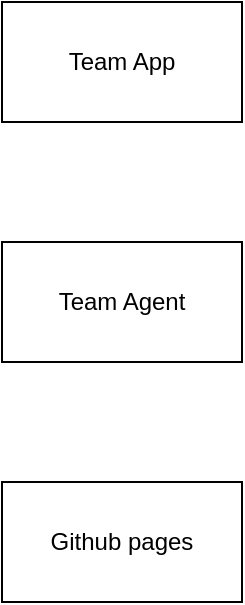
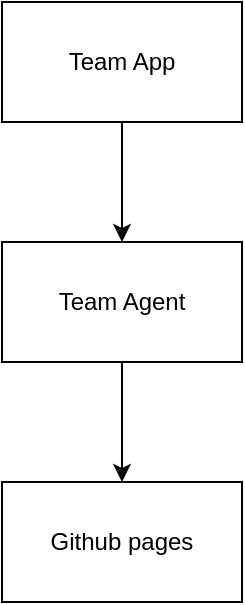
<mxfile host="app.diagrams.net" agent="Mozilla/5.0 (Macintosh; Intel Mac OS X 10_15_7) AppleWebKit/537.36 (KHTML, like Gecko) Chrome/114.0.0.0 Safari/537.36">
  <diagram name="Page-1" id="_EKFWRrgA-58Xb7w4iIu">
    <mxGraphModel dx="1034" dy="777" grid="1" gridSize="10" guides="1" tooltips="1" connect="1" arrows="1" fold="1" page="1" pageScale="1" pageWidth="1600" pageHeight="1715" math="0" shadow="0">
      <root>
        <mxCell id="0" />
        <mxCell id="1" parent="0" />
+         <mxCell id="DDC-FKhIysPGOjN-8KM4-5" edge="1" parent="1" source="DDC-FKhIysPGOjN-8KM4-1" style="edgeStyle=orthogonalEdgeStyle;rounded=0;orthogonalLoop=1;jettySize=auto;html=1;" target="DDC-FKhIysPGOjN-8KM4-2">
+           <mxGeometry relative="1" as="geometry" />
+         </mxCell>
        <mxCell id="DDC-FKhIysPGOjN-8KM4-1" parent="1" style="rounded=0;whiteSpace=wrap;html=1;" value="Team App" vertex="1">
          <mxGeometry height="60" width="120" x="250" y="150" as="geometry" />
+         </mxCell>
+         <mxCell id="DDC-FKhIysPGOjN-8KM4-4" edge="1" parent="1" source="DDC-FKhIysPGOjN-8KM4-2" style="edgeStyle=orthogonalEdgeStyle;rounded=0;orthogonalLoop=1;jettySize=auto;html=1;" target="DDC-FKhIysPGOjN-8KM4-3">
+           <mxGeometry relative="1" as="geometry" />
        </mxCell>
        <mxCell id="DDC-FKhIysPGOjN-8KM4-2" parent="1" style="rounded=0;whiteSpace=wrap;html=1;" value="Team Agent" vertex="1">
          <mxGeometry height="60" width="120" x="250" y="270" as="geometry" />
        </mxCell>
        <mxCell id="DDC-FKhIysPGOjN-8KM4-3" parent="1" style="rounded=0;whiteSpace=wrap;html=1;" value="Github pages" vertex="1">
          <mxGeometry height="60" width="120" x="250" y="390" as="geometry" />
        </mxCell>
      </root>
    </mxGraphModel>
  </diagram>
</mxfile>
